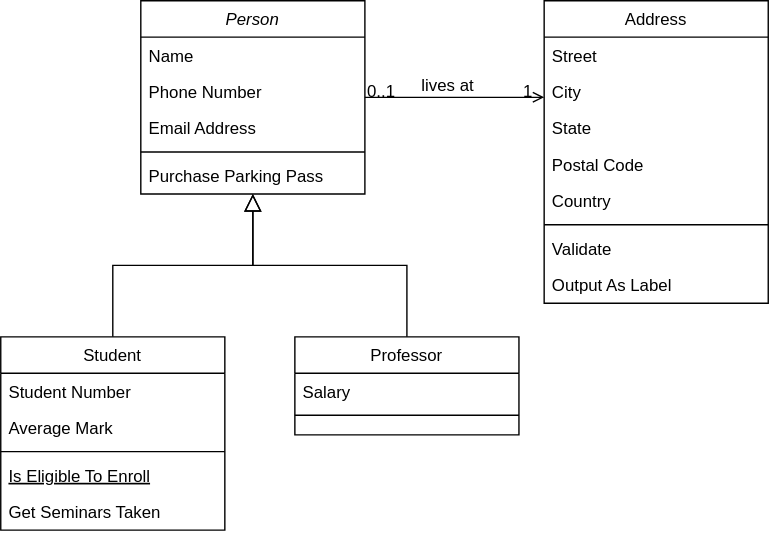
Before: test.drawio.svg, a diagram exported from draw.io (lizhihome/NX). Source tidied: cells renumbered, new cells last; positions are measured from the earlier drawing's top-left corner, leaving out a move shared by most shapes.
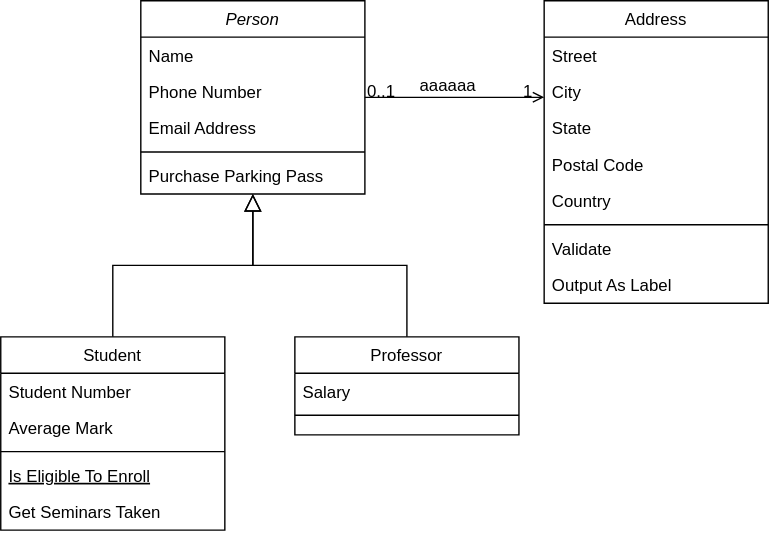
The same file after the commit.

Diff of the diagram source:
```diff
@@ -95,7 +95,7 @@
         <mxPoint x="-7" y="4" as="offset" />
       </mxGeometry>
     </mxCell>
-    <mxCell id="31" value="lives at" style="text;html=1;align=center;verticalAlign=middle;labelBackgroundColor=none;rounded=0;shadow=0;strokeWidth=1;fontSize=12;" parent="28" vertex="1">
+    <mxCell id="31" value="aaaaaa" style="text;html=1;align=center;verticalAlign=middle;labelBackgroundColor=none;rounded=0;shadow=0;strokeWidth=1;fontSize=12;" parent="28" vertex="1">
       <mxGeometry x="0.5" y="49" relative="1" as="geometry">
         <mxPoint x="-38" y="40" as="offset" />
       </mxGeometry>
```
